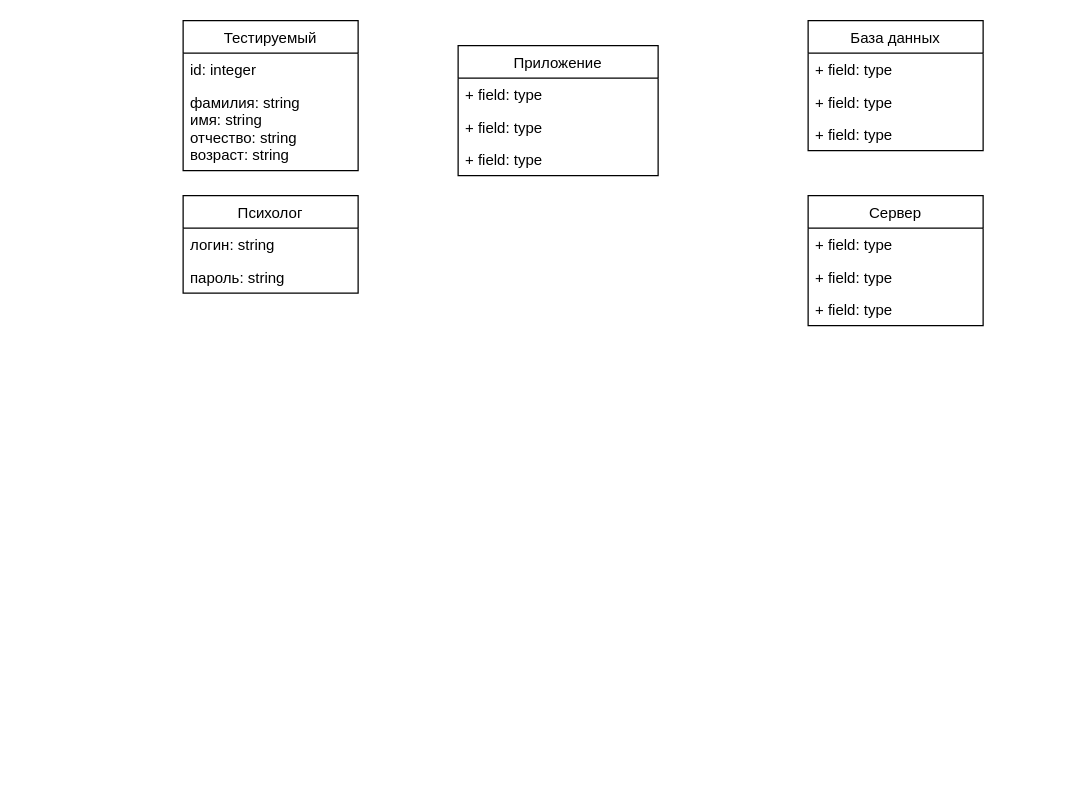
Earlier version of the draw.io diagram Nata Class diagram.drawio (Onvember/stuff). Source tidied: cells renumbered, new cells numbered last; positions are measured from the earlier drawing's top-left corner, leaving out a move shared by most shapes. Both pictures are drawn from the tidied source at 125%, with x=0, y=0 at pixel (182, 20).
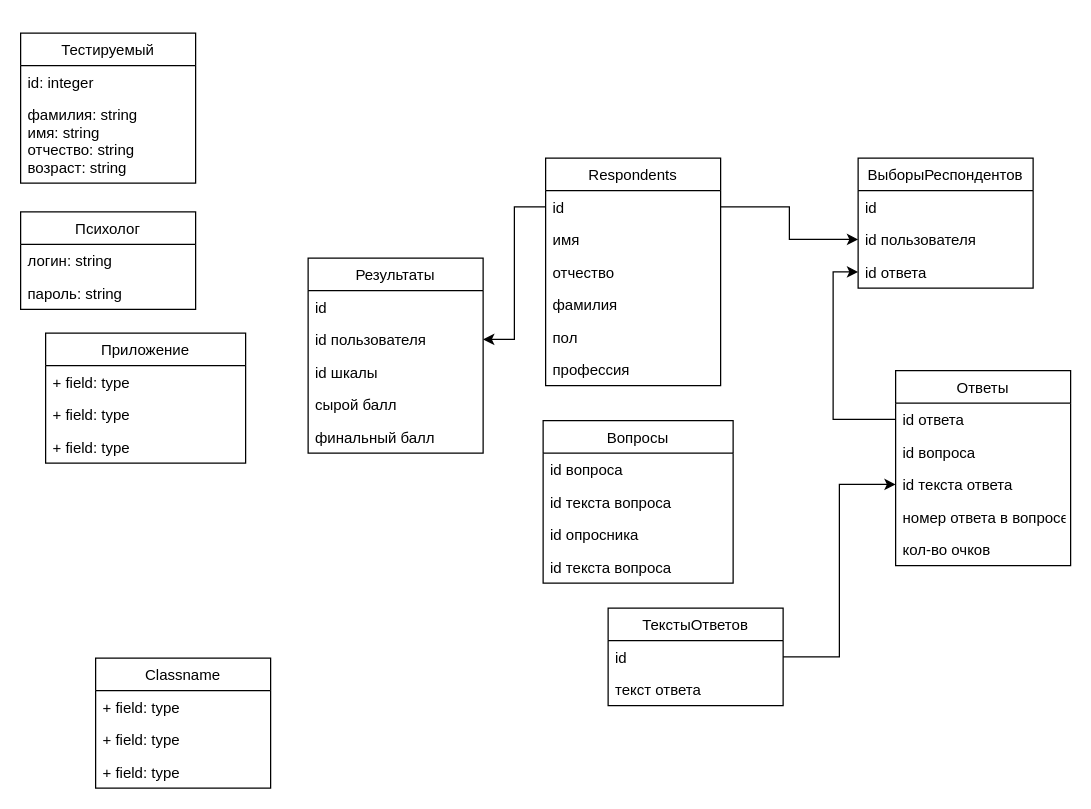
The same page after the edit.

Change to the diagram source:
```diff
@@
     <mxCell id="2" value="Тестируемый" style="swimlane;fontStyle=0;horizontal=1;startSize=26;fillColor=none;" parent="1" vertex="1">
-      <mxGeometry width="140" height="120" as="geometry" />
+      <mxGeometry x="-130" y="10" width="140" height="120" as="geometry" />
     </mxCell>
@@
     <mxCell id="5" value="Психолог" style="swimlane;fontStyle=0;horizontal=1;startSize=26;fillColor=none;" parent="1" vertex="1">
-      <mxGeometry y="140" width="140" height="78" as="geometry" />
+      <mxGeometry x="-130" y="153" width="140" height="78" as="geometry" />
     </mxCell>
@@
     <mxCell id="8" value="Приложение" style="swimlane;fontStyle=0;horizontal=1;startSize=26;fillColor=none;" parent="1" vertex="1">
-      <mxGeometry x="220" y="20" width="160" height="104" as="geometry" />
+      <mxGeometry x="-110" y="250" width="160" height="104" as="geometry" />
     </mxCell>
@@
-    <mxCell id="12" value="База данных" style="swimlane;fontStyle=0;horizontal=1;startSize=26;fillColor=none;" parent="1" vertex="1">
-      <mxGeometry x="500" width="140" height="104" as="geometry" />
-    </mxCell>
-    <mxCell id="13" value="+ field: type" style="text;strokeColor=none;fillColor=none;align=left;verticalAlign=top;spacingLeft=4;spacingRight=4;overflow=hidden;" parent="12" vertex="1">
-      <mxGeometry y="26" width="140" height="26" as="geometry" />
-    </mxCell>
-    <mxCell id="14" value="+ field: type" style="text;strokeColor=none;fillColor=none;align=left;verticalAlign=top;spacingLeft=4;spacingRight=4;overflow=hidden;" parent="12" vertex="1">
-      <mxGeometry y="52" width="140" height="26" as="geometry" />
-    </mxCell>
-    <mxCell id="15" value="+ field: type" style="text;strokeColor=none;fillColor=none;align=left;verticalAlign=top;spacingLeft=4;spacingRight=4;overflow=hidden;" parent="12" vertex="1">
-      <mxGeometry y="78" width="140" height="26" as="geometry" />
-    </mxCell>
-    <mxCell id="16" value="Сервер" style="swimlane;fontStyle=0;horizontal=1;startSize=26;fillColor=none;" parent="1" vertex="1">
-      <mxGeometry x="500" y="140" width="140" height="104" as="geometry" />
-    </mxCell>
-    <mxCell id="17" value="+ field: type" style="text;strokeColor=none;fillColor=none;align=left;verticalAlign=top;spacingLeft=4;spacingRight=4;overflow=hidden;" parent="16" vertex="1">
-      <mxGeometry y="26" width="140" height="26" as="geometry" />
-    </mxCell>
-    <mxCell id="18" value="+ field: type" style="text;strokeColor=none;fillColor=none;align=left;verticalAlign=top;spacingLeft=4;spacingRight=4;overflow=hidden;" parent="16" vertex="1">
-      <mxGeometry y="52" width="140" height="26" as="geometry" />
-    </mxCell>
-    <mxCell id="19" value="+ field: type" style="text;strokeColor=none;fillColor=none;align=left;verticalAlign=top;spacingLeft=4;spacingRight=4;overflow=hidden;" parent="16" vertex="1">
-      <mxGeometry y="78" width="140" height="26" as="geometry" />
-    </mxCell>
+    <mxCell id="20" value="Вопросы" style="swimlane;fontStyle=0;horizontal=1;startSize=26;fillColor=none;" parent="1" vertex="1">
+      <mxGeometry x="288" y="320" width="152" height="130" as="geometry" />
+    </mxCell>
+    <mxCell id="21" value="id вопроса" style="text;strokeColor=none;fillColor=none;align=left;verticalAlign=top;spacingLeft=4;spacingRight=4;overflow=hidden;" parent="20" vertex="1">
+      <mxGeometry y="26" width="152" height="26" as="geometry" />
+    </mxCell>
+    <mxCell id="22" value="id текста вопроса" style="text;strokeColor=none;fillColor=none;align=left;verticalAlign=top;spacingLeft=4;spacingRight=4;overflow=hidden;" parent="20" vertex="1">
+      <mxGeometry y="52" width="152" height="26" as="geometry" />
+    </mxCell>
+    <mxCell id="23" value="id опросника" style="text;strokeColor=none;fillColor=none;align=left;verticalAlign=top;spacingLeft=4;spacingRight=4;overflow=hidden;" parent="20" vertex="1">
+      <mxGeometry y="78" width="152" height="26" as="geometry" />
+    </mxCell>
+    <mxCell id="24" value="id текста вопроса" style="text;strokeColor=none;fillColor=none;align=left;verticalAlign=top;spacingLeft=4;spacingRight=4;overflow=hidden;" parent="20" vertex="1">
+      <mxGeometry y="104" width="152" height="26" as="geometry" />
+    </mxCell>
+    <mxCell id="25" value="Classname" style="swimlane;fontStyle=0;horizontal=1;startSize=26;fillColor=none;" parent="1" vertex="1">
+      <mxGeometry x="-70" y="510" width="140" height="104" as="geometry" />
+    </mxCell>
+    <mxCell id="26" value="+ field: type" style="text;strokeColor=none;fillColor=none;align=left;verticalAlign=top;spacingLeft=4;spacingRight=4;overflow=hidden;" parent="25" vertex="1">
+      <mxGeometry y="26" width="140" height="26" as="geometry" />
+    </mxCell>
+    <mxCell id="27" value="+ field: type" style="text;strokeColor=none;fillColor=none;align=left;verticalAlign=top;spacingLeft=4;spacingRight=4;overflow=hidden;" parent="25" vertex="1">
+      <mxGeometry y="52" width="140" height="26" as="geometry" />
+    </mxCell>
+    <mxCell id="28" value="+ field: type" style="text;strokeColor=none;fillColor=none;align=left;verticalAlign=top;spacingLeft=4;spacingRight=4;overflow=hidden;" parent="25" vertex="1">
+      <mxGeometry y="78" width="140" height="26" as="geometry" />
+    </mxCell>
+    <mxCell id="29" value="Respondents" style="swimlane;fontStyle=0;horizontal=1;startSize=26;fillColor=none;" parent="1" vertex="1">
+      <mxGeometry x="290" y="110" width="140" height="182" as="geometry" />
+    </mxCell>
+    <mxCell id="30" value="id" style="text;strokeColor=none;fillColor=none;align=left;verticalAlign=top;spacingLeft=4;spacingRight=4;overflow=hidden;points=[[0,0.5],[1,0.5]];portConstraint=eastwest;" parent="29" vertex="1">
+      <mxGeometry y="26" width="140" height="26" as="geometry" />
+    </mxCell>
+    <mxCell id="31" value="имя" style="text;strokeColor=none;fillColor=none;align=left;verticalAlign=top;spacingLeft=4;spacingRight=4;overflow=hidden;" parent="29" vertex="1">
+      <mxGeometry y="52" width="140" height="26" as="geometry" />
+    </mxCell>
+    <mxCell id="32" value="отчество" style="text;strokeColor=none;fillColor=none;align=left;verticalAlign=top;spacingLeft=4;spacingRight=4;overflow=hidden;" parent="29" vertex="1">
+      <mxGeometry y="78" width="140" height="26" as="geometry" />
+    </mxCell>
+    <mxCell id="33" value="фамилия" style="text;strokeColor=none;fillColor=none;align=left;verticalAlign=top;spacingLeft=4;spacingRight=4;overflow=hidden;" parent="29" vertex="1">
+      <mxGeometry y="104" width="140" height="26" as="geometry" />
+    </mxCell>
+    <mxCell id="34" value="пол" style="text;strokeColor=none;fillColor=none;align=left;verticalAlign=top;spacingLeft=4;spacingRight=4;overflow=hidden;" parent="29" vertex="1">
+      <mxGeometry y="130" width="140" height="26" as="geometry" />
+    </mxCell>
+    <mxCell id="35" value="профессия" style="text;strokeColor=none;fillColor=none;align=left;verticalAlign=top;spacingLeft=4;spacingRight=4;overflow=hidden;" parent="29" vertex="1">
+      <mxGeometry y="156" width="140" height="26" as="geometry" />
+    </mxCell>
+    <mxCell id="36" value="Результаты" style="swimlane;fontStyle=0;horizontal=1;startSize=26;fillColor=none;" parent="1" vertex="1">
+      <mxGeometry x="100" y="190" width="140" height="156" as="geometry" />
+    </mxCell>
+    <mxCell id="37" value="id" style="text;strokeColor=none;fillColor=none;align=left;verticalAlign=top;spacingLeft=4;spacingRight=4;overflow=hidden;" parent="36" vertex="1">
+      <mxGeometry y="26" width="140" height="26" as="geometry" />
+    </mxCell>
+    <mxCell id="38" value="id пользователя" style="text;strokeColor=none;fillColor=none;align=left;verticalAlign=top;spacingLeft=4;spacingRight=4;overflow=hidden;points=[[0,0.5],[1,0.5]];portConstraint=eastwest;" parent="36" vertex="1">
+      <mxGeometry y="52" width="140" height="26" as="geometry" />
+    </mxCell>
+    <mxCell id="39" value="id шкалы" style="text;strokeColor=none;fillColor=none;align=left;verticalAlign=top;spacingLeft=4;spacingRight=4;overflow=hidden;" parent="36" vertex="1">
+      <mxGeometry y="78" width="140" height="26" as="geometry" />
+    </mxCell>
+    <mxCell id="40" value="сырой балл" style="text;strokeColor=none;fillColor=none;align=left;verticalAlign=top;spacingLeft=4;spacingRight=4;overflow=hidden;" parent="36" vertex="1">
+      <mxGeometry y="104" width="140" height="26" as="geometry" />
+    </mxCell>
+    <mxCell id="41" value="финальный балл" style="text;strokeColor=none;fillColor=none;align=left;verticalAlign=top;spacingLeft=4;spacingRight=4;overflow=hidden;" parent="36" vertex="1">
+      <mxGeometry y="130" width="140" height="26" as="geometry" />
+    </mxCell>
+    <mxCell id="42" value="ВыборыРеспондентов" style="swimlane;fontStyle=0;horizontal=1;startSize=26;fillColor=none;" parent="1" vertex="1">
+      <mxGeometry x="540" y="110" width="140" height="104" as="geometry" />
+    </mxCell>
+    <mxCell id="43" value="id" style="text;strokeColor=none;fillColor=none;align=left;verticalAlign=top;spacingLeft=4;spacingRight=4;overflow=hidden;" parent="42" vertex="1">
+      <mxGeometry y="26" width="140" height="26" as="geometry" />
+    </mxCell>
+    <mxCell id="44" value="id пользователя" style="text;strokeColor=none;fillColor=none;align=left;verticalAlign=top;spacingLeft=4;spacingRight=4;overflow=hidden;points=[[0,0.5],[1,0.5]];portConstraint=eastwest;" parent="42" vertex="1">
+      <mxGeometry y="52" width="140" height="26" as="geometry" />
+    </mxCell>
+    <mxCell id="45" value="id ответа" style="text;strokeColor=none;fillColor=none;align=left;verticalAlign=top;spacingLeft=4;spacingRight=4;overflow=hidden;points=[[0,0.5],[1,0.5]];portConstraint=eastwest;" parent="42" vertex="1">
+      <mxGeometry y="78" width="140" height="26" as="geometry" />
+    </mxCell>
+    <mxCell id="46" value="Ответы" style="swimlane;fontStyle=0;horizontal=1;startSize=26;fillColor=none;" parent="1" vertex="1">
+      <mxGeometry x="570" y="280" width="140" height="156" as="geometry" />
+    </mxCell>
+    <mxCell id="47" value="id ответа" style="text;strokeColor=none;fillColor=none;align=left;verticalAlign=top;spacingLeft=4;spacingRight=4;overflow=hidden;points=[[0,0.5],[1,0.5]];portConstraint=eastwest;" parent="46" vertex="1">
+      <mxGeometry y="26" width="140" height="26" as="geometry" />
+    </mxCell>
+    <mxCell id="48" value="id вопроса" style="text;strokeColor=none;fillColor=none;align=left;verticalAlign=top;spacingLeft=4;spacingRight=4;overflow=hidden;" parent="46" vertex="1">
+      <mxGeometry y="52" width="140" height="26" as="geometry" />
+    </mxCell>
+    <mxCell id="49" value="id текста ответа" style="text;strokeColor=none;fillColor=none;align=left;verticalAlign=top;spacingLeft=4;spacingRight=4;overflow=hidden;points=[[0,0.5],[1,0.5]];portConstraint=eastwest;" parent="46" vertex="1">
+      <mxGeometry y="78" width="140" height="26" as="geometry" />
+    </mxCell>
+    <mxCell id="50" value="номер ответа в вопросе" style="text;strokeColor=none;fillColor=none;align=left;verticalAlign=top;spacingLeft=4;spacingRight=4;overflow=hidden;" parent="46" vertex="1">
+      <mxGeometry y="104" width="140" height="26" as="geometry" />
+    </mxCell>
+    <mxCell id="51" value="кол-во очков" style="text;strokeColor=none;fillColor=none;align=left;verticalAlign=top;spacingLeft=4;spacingRight=4;overflow=hidden;" parent="46" vertex="1">
+      <mxGeometry y="130" width="140" height="26" as="geometry" />
+    </mxCell>
+    <mxCell id="52" value="ТекстыОтветов" style="swimlane;fontStyle=0;horizontal=1;startSize=26;fillColor=none;" parent="1" vertex="1">
+      <mxGeometry x="340" y="470" width="140" height="78" as="geometry" />
+    </mxCell>
+    <mxCell id="53" value="id" style="text;strokeColor=none;fillColor=none;align=left;verticalAlign=top;spacingLeft=4;spacingRight=4;overflow=hidden;points=[[0,0.5],[1,0.5]];portConstraint=eastwest;" parent="52" vertex="1">
+      <mxGeometry y="26" width="140" height="26" as="geometry" />
+    </mxCell>
+    <mxCell id="54" value="текст ответа" style="text;strokeColor=none;fillColor=none;align=left;verticalAlign=top;spacingLeft=4;spacingRight=4;overflow=hidden;" parent="52" vertex="1">
+      <mxGeometry y="52" width="140" height="26" as="geometry" />
+    </mxCell>
+    <mxCell id="55" style="edgeStyle=orthogonalEdgeStyle;rounded=0;jettySize=auto;html=1;" parent="1" edge="1" source="30" target="44">
+      <mxGeometry relative="1" as="geometry" />
+    </mxCell>
+    <mxCell id="56" style="edgeStyle=orthogonalEdgeStyle;rounded=0;jettySize=auto;html=1;" parent="1" edge="1" source="30" target="38">
+      <mxGeometry relative="1" as="geometry" />
+    </mxCell>
+    <mxCell id="57" style="edgeStyle=orthogonalEdgeStyle;rounded=0;jettySize=auto;html=1;entryX=0;entryY=0.5;entryDx=0;entryDy=0;" parent="1" edge="1" source="47" target="45">
+      <mxGeometry relative="1" as="geometry" />
+    </mxCell>
+    <mxCell id="58" style="edgeStyle=orthogonalEdgeStyle;rounded=0;jettySize=auto;html=1;" parent="1" edge="1" source="53" target="49">
+      <mxGeometry relative="1" as="geometry" />
+    </mxCell>
```
